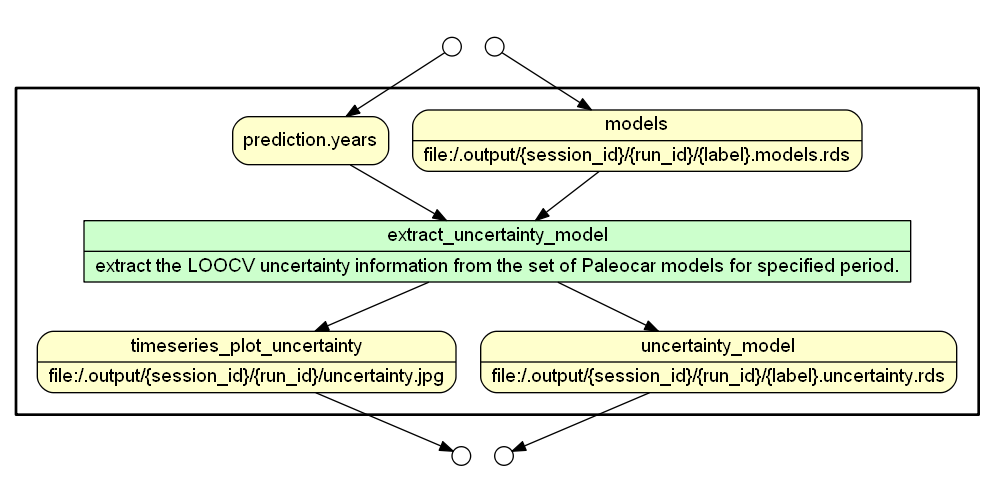
This is .prov_scripts/graphs/uncertainty_paleocar_models.png from idaks/wt-prov-Summer-2017, a Graphviz export, as it was before one commit. Its source is kept beside it as .prov_scripts/gv_files/uncertainty_paleocar_models.gv.
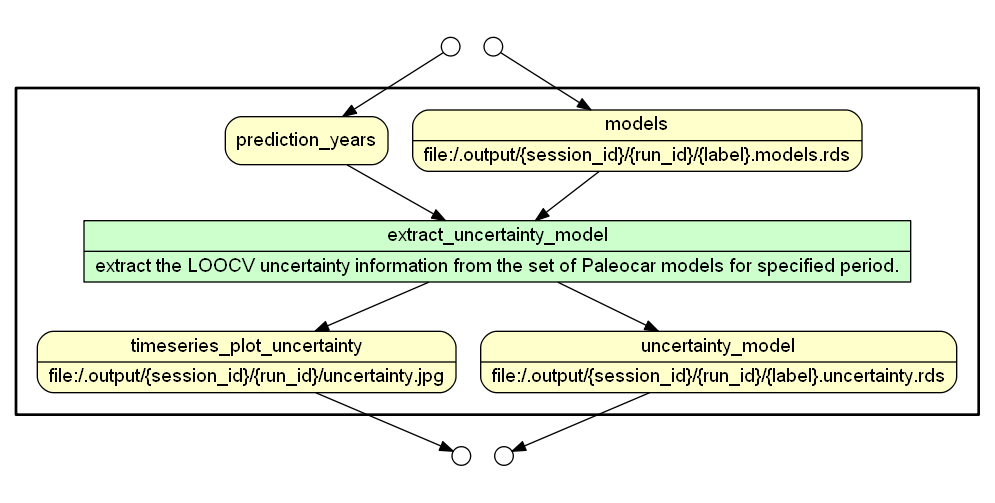
The same file after the commit.

The edit, as a diff of the source:
```diff
@@ -10,18 +10,18 @@
 timeseries_plot_uncertainty [shape=record rankdir=LR label="{<f0> timeseries_plot_uncertainty |<f1> file\:/.output/\{session_id\}/\{run_id\}/uncertainty.jpg}"];
 uncertainty_model [shape=record rankdir=LR label="{<f0> uncertainty_model |<f1> file\:/.output/\{session_id\}/\{run_id\}/\{label\}.uncertainty.rds}"];
 models [shape=record rankdir=LR label="{<f0> models |<f1> file\:/.output/\{session_id\}/\{run_id\}/\{label\}.models.rds}"];
-"prediction.years"
+prediction_years
 node[shape=box style="rounded,filled" fillcolor="#FCFCFC" peripheries=1 fontname=Helvetica]
 extract_uncertainty_model -> timeseries_plot_uncertainty
 extract_uncertainty_model -> uncertainty_model
 models -> extract_uncertainty_model
-"prediction.years" -> extract_uncertainty_model
+prediction_years -> extract_uncertainty_model
 }}
 subgraph cluster_input_ports_group_outer { label=""; penwidth=0
 subgraph cluster_input_ports_group_inner { label=""; penwidth=0
 node[shape=circle style="rounded,filled" fillcolor="#FFFFFF" peripheries=1 fontname=Helvetica width=0.2]
 models_input_port [label=""]
-"prediction.years_input_port" [label=""]
+prediction_years_input_port [label=""]
 }}
 subgraph cluster_output_ports_group_outer { label=""; penwidth=0
 subgraph cluster_output_ports_group_inner { label=""; penwidth=0
@@ -30,7 +30,7 @@
 uncertainty_model_output_port [label=""]
 }}
 models_input_port -> models
-"prediction.years_input_port" -> "prediction.years"
+prediction_years_input_port -> prediction_years
 timeseries_plot_uncertainty -> timeseries_plot_uncertainty_output_port
 uncertainty_model -> uncertainty_model_output_port
 }
```
